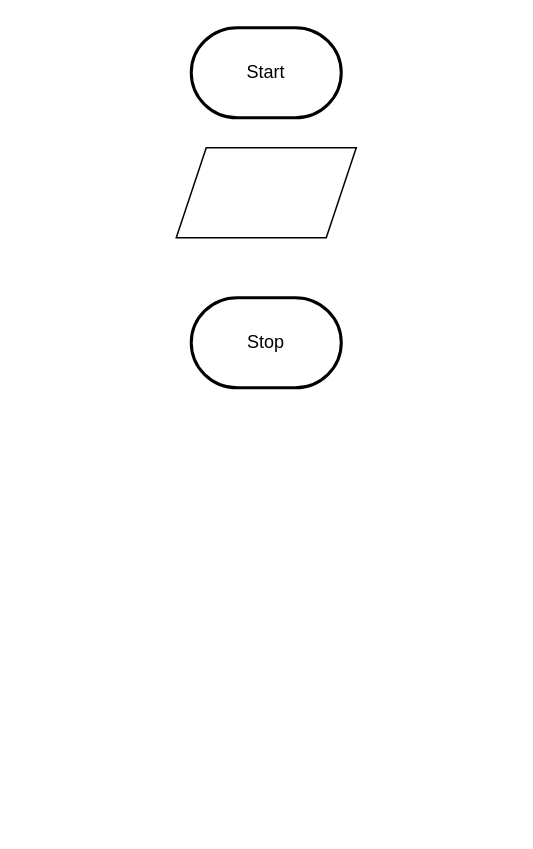
Earlier version of the draw.io diagram design/flowchart.drawio (pablo-fiallos-granados/ICD2O-Unit-5-04-pablo-fiallos-granados). Source tidied: cells renumbered, new cells numbered last; positions are measured from the earlier drawing's top-left corner, leaving out a move shared by most shapes. Both pictures are drawn from the tidied source at 150%, with x=0, y=0 at pixel (176, 27).
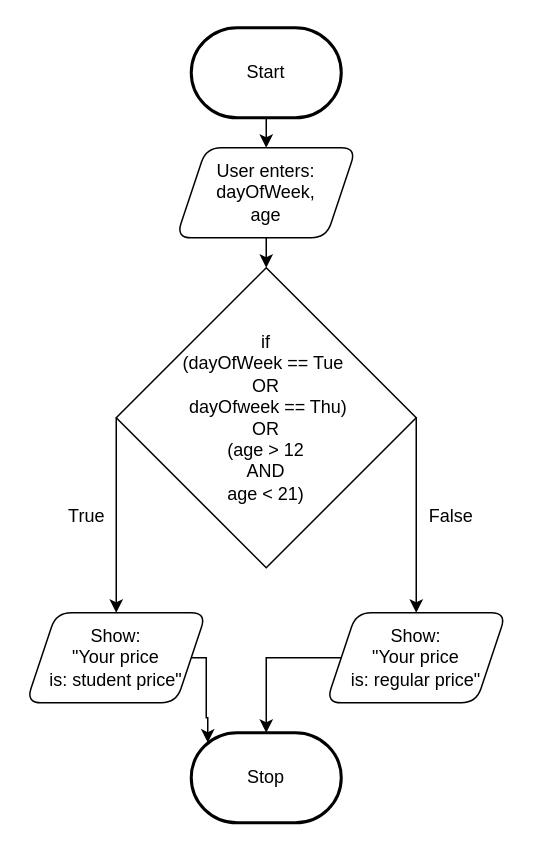
Above is the later version.

The change refers to these unchanged cells:
```xml
<mxCell id="2" value="Start" style="strokeWidth=2;html=1;shape=mxgraph.flowchart.terminator;whiteSpace=wrap;" parent="1" vertex="1">
  <mxGeometry x="10" width="100" height="60" as="geometry" />
</mxCell>
```

Change to the diagram source:
```diff
@@
+    <mxCell id="5" style="edgeStyle=none;html=1;exitX=0.5;exitY=1;exitDx=0;exitDy=0;exitPerimeter=0;entryX=0.5;entryY=0;entryDx=0;entryDy=0;" parent="1" edge="1" source="2" target="4">
+      <mxGeometry relative="1" as="geometry" />
+    </mxCell>
@@
     <mxCell id="3" value="Stop" style="strokeWidth=2;html=1;shape=mxgraph.flowchart.terminator;whiteSpace=wrap;" parent="1" vertex="1">
-      <mxGeometry x="10" y="180" width="100" height="60" as="geometry" />
+      <mxGeometry x="10" y="470" width="100" height="60" as="geometry" />
     </mxCell>
+    <mxCell id="6" style="edgeStyle=none;html=1;exitX=0.5;exitY=1;exitDx=0;exitDy=0;entryX=0.5;entryY=0;entryDx=0;entryDy=0;" parent="1" edge="1" source="4" target="9">
+      <mxGeometry relative="1" as="geometry" />
+    </mxCell>
-    <mxCell id="4" style="shape=parallelogram;perimeter=parallelogramPerimeter;whiteSpace=wrap;html=1;fixedSize=1;" parent="1" vertex="1">
+    <mxCell id="4" value="User enters:&lt;br&gt;dayOfWeek,&lt;br&gt;age" style="shape=parallelogram;perimeter=parallelogramPerimeter;whiteSpace=wrap;html=1;fixedSize=1;rounded=1;" parent="1" vertex="1">
       <mxGeometry y="80" width="120" height="60" as="geometry" />
     </mxCell>
+    <mxCell id="7" style="edgeStyle=orthogonalEdgeStyle;html=1;exitX=0;exitY=0.5;exitDx=0;exitDy=0;rounded=0;entryX=0.5;entryY=0;entryDx=0;entryDy=0;" parent="1" edge="1" source="9" target="12">
+      <mxGeometry relative="1" as="geometry">
+        <Array as="points">
+          <mxPoint x="-40" y="340" />
+          <mxPoint x="-40" y="340" />
+        </Array>
+      </mxGeometry>
+    </mxCell>
+    <mxCell id="8" style="edgeStyle=orthogonalEdgeStyle;rounded=0;html=1;exitX=1;exitY=0.5;exitDx=0;exitDy=0;entryX=0.5;entryY=0;entryDx=0;entryDy=0;" parent="1" edge="1" source="9" target="15">
+      <mxGeometry relative="1" as="geometry">
+        <Array as="points">
+          <mxPoint x="160" y="320" />
+          <mxPoint x="160" y="320" />
+        </Array>
+      </mxGeometry>
+    </mxCell>
+    <mxCell id="9" value="if &lt;br&gt;(dayOfWeek == Tue&amp;nbsp;&lt;br&gt;OR&lt;br&gt;&amp;nbsp;dayOfweek == Thu)&lt;br&gt;OR&lt;br&gt;(age &amp;gt; 12&lt;br&gt;AND &lt;br&gt;age &amp;lt; 21)" style="rhombus;whiteSpace=wrap;html=1;rounded=0;" parent="1" vertex="1">
+      <mxGeometry x="-40" y="160" width="200" height="200" as="geometry" />
+    </mxCell>
+    <mxCell id="10" value="True" style="text;html=1;align=center;verticalAlign=middle;strokeColor=none;fillColor=none;" parent="1" vertex="1">
+      <mxGeometry x="-85" y="311" width="50" height="30" as="geometry" />
+    </mxCell>
+    <mxCell id="11" style="edgeStyle=orthogonalEdgeStyle;rounded=0;html=1;exitX=1;exitY=0.5;exitDx=0;exitDy=0;entryX=0.11;entryY=0.11;entryDx=0;entryDy=0;entryPerimeter=0;" parent="1" edge="1" source="12" target="3">
+      <mxGeometry relative="1" as="geometry">
+        <Array as="points">
+          <mxPoint x="20" y="420" />
+          <mxPoint x="20" y="460" />
+        </Array>
+      </mxGeometry>
+    </mxCell>
+    <mxCell id="12" value="Show:&lt;br&gt;&amp;nbsp;&quot;Your price&amp;nbsp;&lt;br&gt;is: student price&quot;" style="shape=parallelogram;perimeter=parallelogramPerimeter;whiteSpace=wrap;html=1;fixedSize=1;rounded=1;" parent="1" vertex="1">
+      <mxGeometry x="-100" y="390" width="120" height="60" as="geometry" />
+    </mxCell>
+    <mxCell id="13" value="False" style="text;html=1;align=center;verticalAlign=middle;strokeColor=none;fillColor=none;" parent="1" vertex="1">
+      <mxGeometry x="158" y="311" width="50" height="30" as="geometry" />
+    </mxCell>
+    <mxCell id="14" style="edgeStyle=orthogonalEdgeStyle;rounded=0;html=1;exitX=0;exitY=0.5;exitDx=0;exitDy=0;entryX=0.5;entryY=0;entryDx=0;entryDy=0;entryPerimeter=0;" parent="1" edge="1" source="15" target="3">
+      <mxGeometry relative="1" as="geometry">
+        <Array as="points">
+          <mxPoint x="60" y="420" />
+        </Array>
+      </mxGeometry>
+    </mxCell>
+    <mxCell id="15" value="Show:&lt;br&gt;&amp;nbsp;&quot;Your price&amp;nbsp;&lt;br&gt;is: regular price&quot;" style="shape=parallelogram;perimeter=parallelogramPerimeter;whiteSpace=wrap;html=1;fixedSize=1;rounded=1;" parent="1" vertex="1">
+      <mxGeometry x="100" y="390" width="120" height="60" as="geometry" />
+    </mxCell>
```
